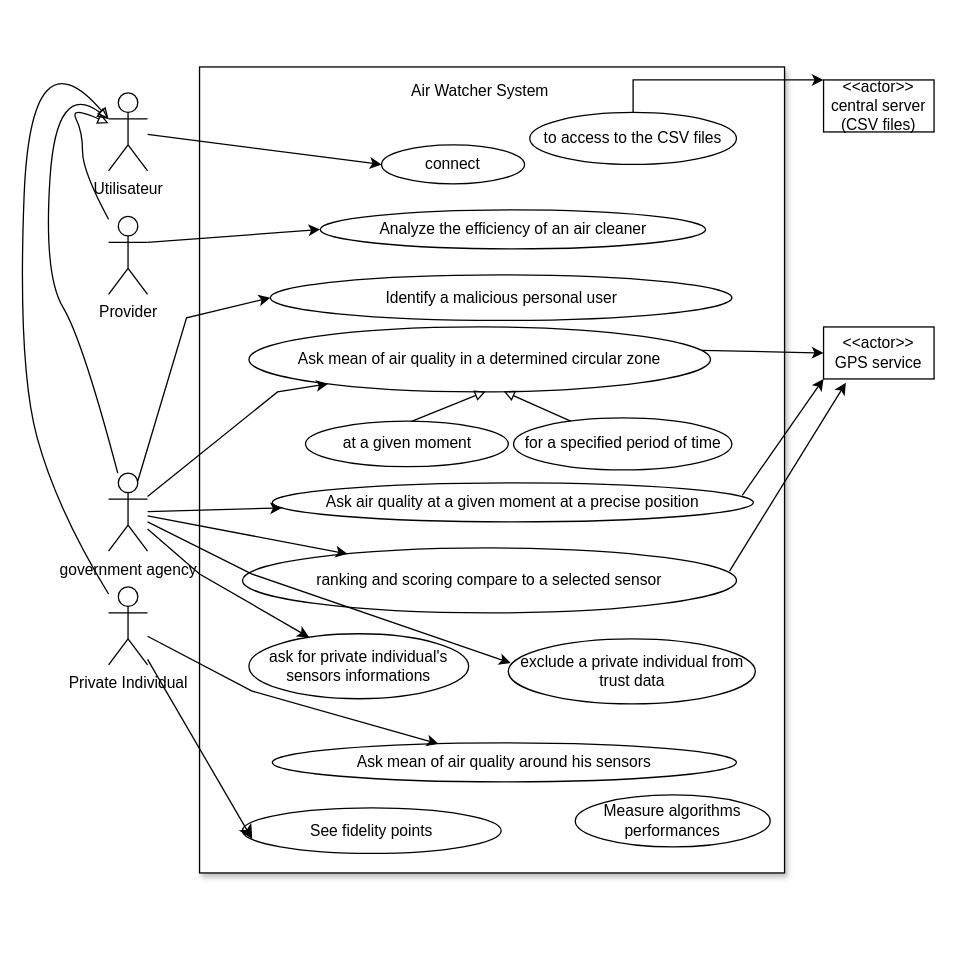
Before: useCaseDiagram.drawio in Florian-LeVasseur/UML, a draw.io diagram. Source tidied: cells renumbered, new cells numbered last; positions are measured from the earlier drawing's top-left corner, leaving out a move shared by most shapes. Both pictures are drawn from the tidied source at 130%, with x=0, y=0 at pixel (17, 27).
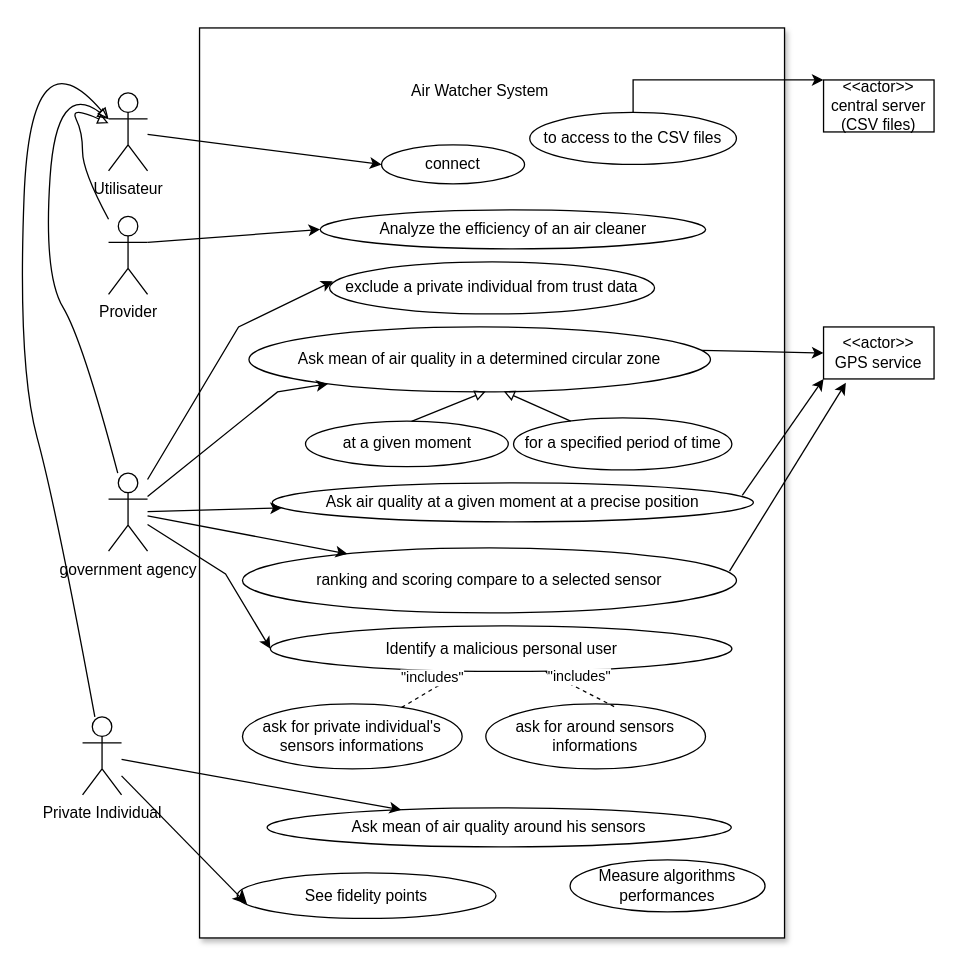
After the change.

Commit message:
Mettre à jour useCaseDiagram.drawio

Unchanged cells that the change refers to:
```xml
<mxCell id="2" value="government agency" style="shape=umlActor;verticalLabelPosition=bottom;verticalAlign=top;html=1;outlineConnect=0;" parent="1" vertex="1">
  <mxGeometry x="70" y="342.5" width="30" height="60" as="geometry" />
</mxCell>
```

The edit, as a diff of the source:
```diff
@@
     <mxCell id="3" style="rounded=0;whiteSpace=wrap;html=1;shadow=1;" parent="1" vertex="1">
-      <mxGeometry x="140" y="30" width="450" height="620" as="geometry" />
+      <mxGeometry x="140" width="450" height="700" as="geometry" />
     </mxCell>
@@
     <mxCell id="17" value="exclude a private individual from trust data" style="ellipse;whiteSpace=wrap;html=1;" parent="1" vertex="1">
-      <mxGeometry x="377.5" y="470" width="190" height="50" as="geometry" />
+      <mxGeometry x="240" y="180" width="250" height="40" as="geometry" />
     </mxCell>
     <mxCell id="18" value="Measure algorithms performances" style="ellipse;whiteSpace=wrap;html=1;" parent="1" vertex="1">
-      <mxGeometry x="429" y="590" width="150" height="40" as="geometry" />
+      <mxGeometry x="425" y="640" width="150" height="40" as="geometry" />
     </mxCell>
     <mxCell id="19" style="endArrow=classic;html=1;rounded=0;entryX=0.01;entryY=0.37;entryDx=0;entryDy=0;entryPerimeter=0;" parent="1" edge="1" source="2" target="17">
       <mxGeometry relative="1" as="geometry">
         <Array as="points">
-          <mxPoint x="180" y="420" />
+          <mxPoint x="170" y="230" />
         </Array>
       </mxGeometry>
     </mxCell>
@@
     <mxCell id="27" value="Private Individual" style="shape=umlActor;verticalLabelPosition=bottom;verticalAlign=top;html=1;outlineConnect=0;" parent="1" vertex="1">
-      <mxGeometry x="70" y="430" width="30" height="60" as="geometry" />
+      <mxGeometry x="50" y="530" width="30" height="60" as="geometry" />
     </mxCell>
@@
     <mxCell id="29" value="See fidelity points" style="ellipse;whiteSpace=wrap;html=1;" parent="1" vertex="1">
-      <mxGeometry x="173" y="600" width="199" height="35" as="geometry" />
+      <mxGeometry x="169" y="650" width="199" height="35" as="geometry" />
     </mxCell>
@@
     <mxCell id="34" value="Ask mean of air quality around his sensors" style="ellipse;whiteSpace=wrap;html=1;" parent="1" vertex="1">
-      <mxGeometry x="196" y="550" width="357" height="30" as="geometry" />
+      <mxGeometry x="192" y="600" width="357" height="30" as="geometry" />
     </mxCell>
     <mxCell id="35" style="endArrow=classic;html=1;rounded=0;" parent="1" edge="1" source="27" target="34">
-      <mxGeometry relative="1" as="geometry">
-        <Array as="points">
-          <mxPoint x="180" y="510" />
-        </Array>
-      </mxGeometry>
+      <mxGeometry relative="1" as="geometry" />
     </mxCell>
     <mxCell id="36" value="ask for private individual's sensors informations" style="ellipse;whiteSpace=wrap;html=1;" parent="1" vertex="1">
-      <mxGeometry x="178" y="466" width="169" height="50" as="geometry" />
+      <mxGeometry x="173" y="520" width="169" height="50" as="geometry" />
     </mxCell>
-    <mxCell id="37" style="endArrow=classic;html=1;rounded=0;" parent="1" edge="1" source="2" target="36">
-      <mxGeometry relative="1" as="geometry">
-        <Array as="points">
-          <mxPoint x="140" y="420" />
-        </Array>
-      </mxGeometry>
-    </mxCell>
@@
     <mxCell id="40" value="Identify a malicious personal user" style="ellipse;whiteSpace=wrap;html=1;" parent="1" vertex="1">
-      <mxGeometry x="194.5" y="190" width="355" height="35" as="geometry" />
+      <mxGeometry x="194.5" y="460" width="355" height="35" as="geometry" />
     </mxCell>
-    <mxCell id="41" style="endArrow=classic;html=1;rounded=0;entryX=0;entryY=0.5;entryDx=0;entryDy=0;exitX=0.75;exitY=0.1;exitDx=0;exitDy=0;exitPerimeter=0;" parent="1" edge="1" source="2" target="40">
+    <mxCell id="41" style="endArrow=classic;html=1;rounded=0;entryX=0;entryY=0.5;entryDx=0;entryDy=0;" parent="1" edge="1" source="2" target="40">
       <mxGeometry relative="1" as="geometry">
         <Array as="points">
-          <mxPoint x="130" y="223" />
+          <mxPoint x="160" y="420" />
         </Array>
       </mxGeometry>
     </mxCell>
@@
+    <mxCell id="43" value="ask for around sensors informations" style="ellipse;whiteSpace=wrap;html=1;" parent="1" vertex="1">
+      <mxGeometry x="360.2" y="520" width="169" height="50" as="geometry" />
+    </mxCell>
+    <mxCell id="44" value="&quot;includes&quot;" style="html=1;verticalAlign=bottom;endArrow=open;dashed=1;endSize=8;curved=0;rounded=0;" parent="1" edge="1" source="36" target="40">
+      <mxGeometry relative="1" as="geometry" />
+    </mxCell>
+    <mxCell id="45" value="&quot;includes&quot;" style="html=1;verticalAlign=bottom;endArrow=open;dashed=1;endSize=8;curved=0;rounded=0;exitX=0.584;exitY=0.04;exitDx=0;exitDy=0;exitPerimeter=0;" parent="1" edge="1" source="43" target="40">
+      <mxGeometry relative="1" as="geometry" />
+    </mxCell>
```
